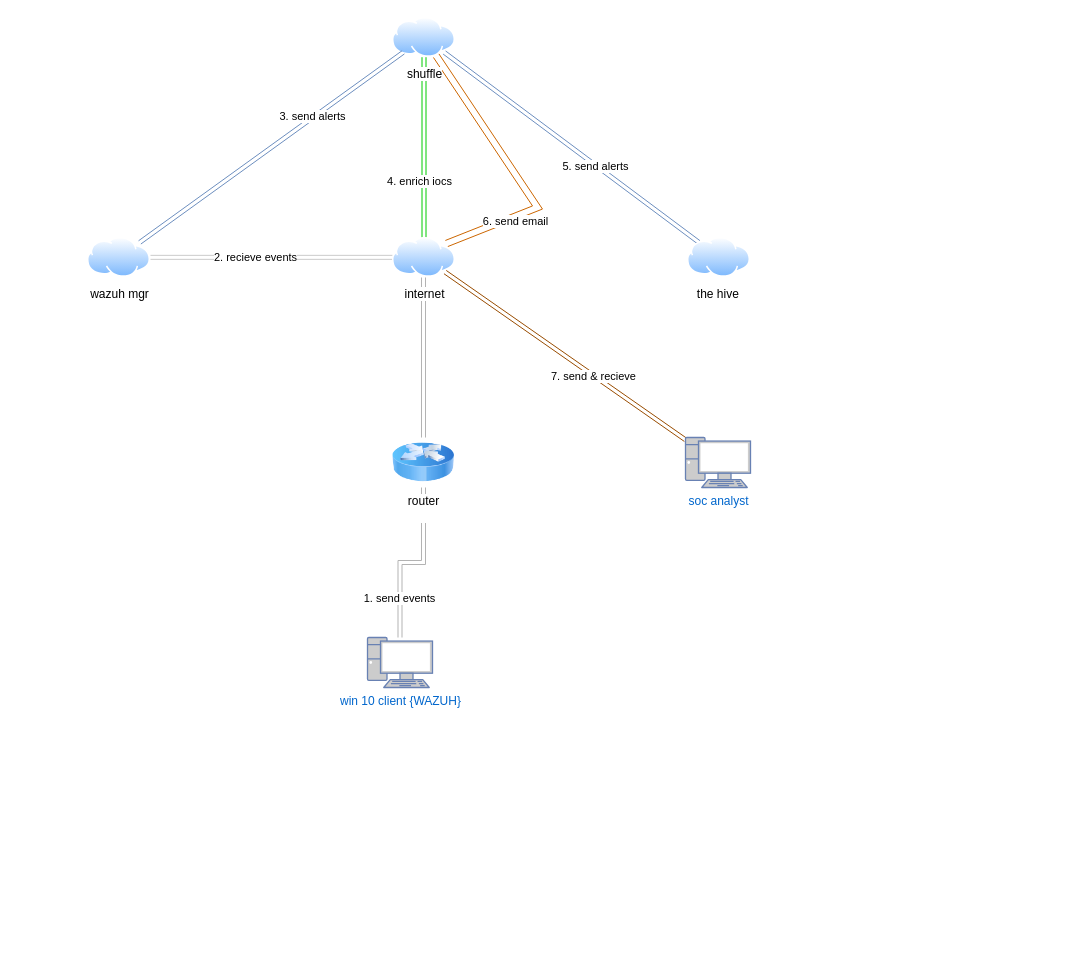
maybewale/siem-lab keeps this draw.io diagram as Untitled Diagram.drawio. Above is the earlier version. Source tidied: cells renumbered, new cells numbered last; positions are measured from the earlier drawing's top-left corner, leaving out a move shared by most shapes. Both pictures are drawn from the tidied source at 100%, with x=0, y=0 at pixel (87, 17).
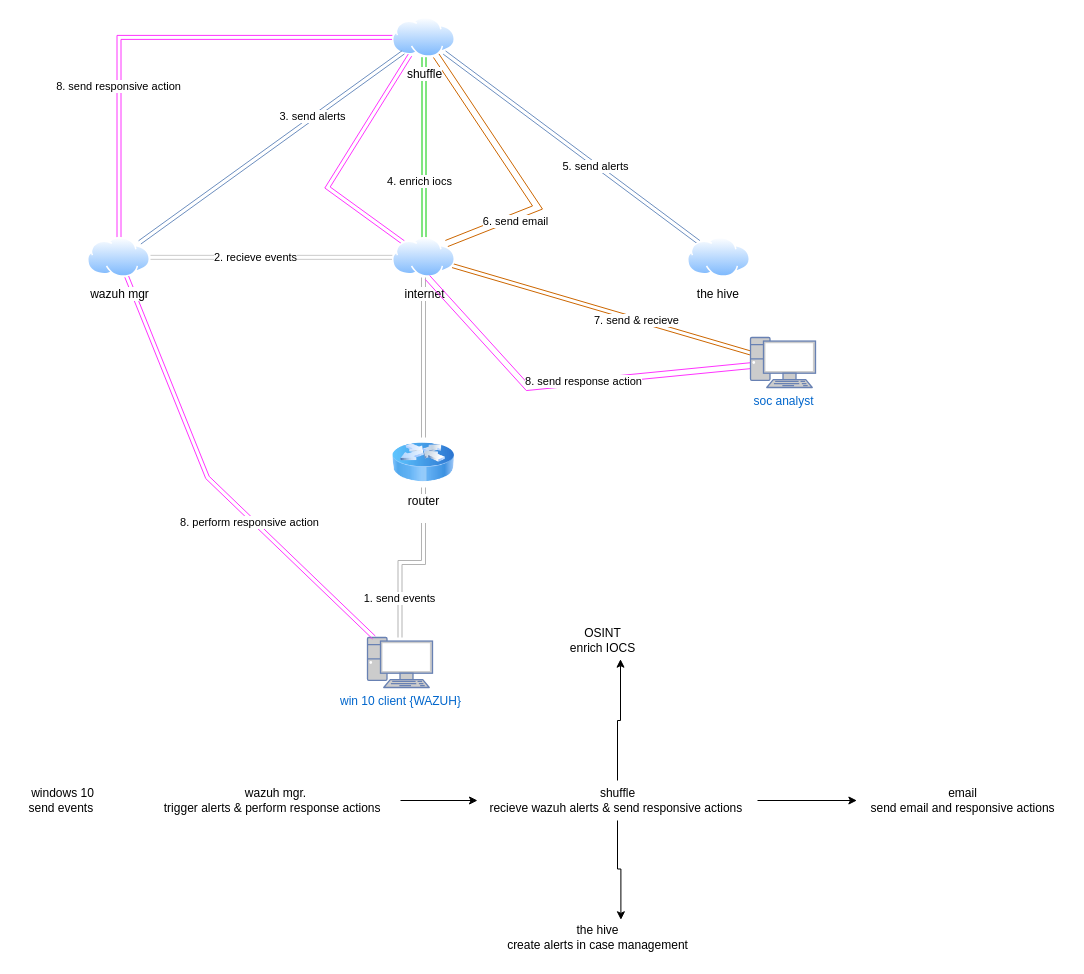
After the change.

Commit message:
soc labs

Unchanged cells that the change refers to:
```xml
<mxCell id="5" value="win 10 client {WAZUH}&lt;br&gt;" style="fontColor=#0066CC;verticalAlign=top;verticalLabelPosition=bottom;labelPosition=center;align=center;html=1;outlineConnect=0;fillColor=#CCCCCC;strokeColor=#6881B3;gradientColor=none;gradientDirection=north;strokeWidth=2;shape=mxgraph.networks.pc;" parent="1" vertex="1">
  <mxGeometry x="280" y="620" width="65" height="50" as="geometry" />
</mxCell>
<mxCell id="14" value="shuffle" style="image;perimeter=ellipsePerimeter;html=1;align=center;shadow=0;dashed=0;spacingTop=3;image=img/lib/active_directory/internet_cloud.svg;" parent="1" vertex="1">
  <mxGeometry x="305" width="63" height="39.7" as="geometry" />
</mxCell>
<mxCell id="19" value="wazuh mgr&lt;br&gt;" style="image;perimeter=ellipsePerimeter;html=1;align=center;shadow=0;dashed=0;spacingTop=3;image=img/lib/active_directory/internet_cloud.svg;" parent="1" vertex="1">
  <mxGeometry y="220" width="63" height="39.7" as="geometry" />
</mxCell>
<mxCell id="22" value="internet&lt;br&gt;" style="image;perimeter=ellipsePerimeter;html=1;align=center;shadow=0;dashed=0;spacingTop=3;image=img/lib/active_directory/internet_cloud.svg;" parent="1" vertex="1">
  <mxGeometry x="305" y="220" width="63" height="39.7" as="geometry" />
</mxCell>
```

What changed in the source:
```diff
@@
+    <mxCell id="26" style="edgeStyle=orthogonalEdgeStyle;rounded=0;jettySize=auto;html=1;entryX=0.5;entryY=0;entryDx=0;entryDy=0;shape=link;strokeColor=#FF33FF;" parent="1" edge="1" source="14" target="19">
+      <mxGeometry relative="1" as="geometry" />
+    </mxCell>
+    <mxCell id="27" value="8. send responsive action" style="edgeLabel;html=1;align=center;verticalAlign=middle;" parent="26" vertex="1">
+      <mxGeometry x="0.36" y="-1" relative="1" as="geometry" />
+    </mxCell>
@@
+    <mxCell id="28" style="rounded=0;jettySize=auto;html=1;shape=link;strokeColor=#FF33FF;" parent="1" edge="1" source="19" target="5">
+      <mxGeometry relative="1" as="geometry">
+        <Array as="points">
+          <mxPoint x="120" y="460" />
+        </Array>
+      </mxGeometry>
+    </mxCell>
+    <mxCell id="29" value="8. perform responsive action" style="edgeLabel;html=1;align=center;verticalAlign=middle;" parent="28" vertex="1">
+      <mxGeometry x="0.24" y="-3" relative="1" as="geometry" />
+    </mxCell>
@@
-    <mxCell id="20" style="rounded=0;jettySize=auto;html=1;shape=link;fillColor=#ffe6cc;strokeColor=#994C00;" parent="1" edge="1" source="22" target="24">
+    <mxCell id="20" style="rounded=0;jettySize=auto;html=1;shape=link;fillColor=#ffe6cc;strokeColor=#CC6600;" parent="1" edge="1" source="22" target="24">
       <mxGeometry relative="1" as="geometry" />
     </mxCell>
@@
+    <mxCell id="30" style="rounded=0;jettySize=auto;html=1;entryX=0.25;entryY=1;entryDx=0;entryDy=0;shape=link;strokeColor=#FF33FF;" parent="1" edge="1" source="22" target="14">
+      <mxGeometry relative="1" as="geometry">
+        <Array as="points">
+          <mxPoint x="240" y="170" />
+        </Array>
+      </mxGeometry>
+    </mxCell>
@@
+    <mxCell id="31" style="rounded=0;jettySize=auto;html=1;shape=link;width=5.862068965517242;strokeColor=#FF33FF;" parent="1" edge="1" source="24">
+      <mxGeometry relative="1" as="geometry">
+        <mxPoint x="340" y="260" as="targetPoint" />
+        <Array as="points">
+          <mxPoint x="440" y="370" />
+        </Array>
+      </mxGeometry>
+    </mxCell>
+    <mxCell id="32" value="8. send response action&lt;br&gt;" style="edgeLabel;html=1;align=center;verticalAlign=middle;" parent="31" vertex="1">
+      <mxGeometry x="-0.1" y="-1" relative="1" as="geometry" />
+    </mxCell>
     <mxCell id="24" value="soc analyst" style="fontColor=#0066CC;verticalAlign=top;verticalLabelPosition=bottom;labelPosition=center;align=center;html=1;outlineConnect=0;fillColor=#CCCCCC;strokeColor=#6881B3;gradientColor=none;gradientDirection=north;strokeWidth=2;shape=mxgraph.networks.pc;" parent="1" vertex="1">
-      <mxGeometry x="598" y="420" width="65" height="50" as="geometry" />
+      <mxGeometry x="663" y="320" width="65" height="50" as="geometry" />
     </mxCell>
@@
+    <mxCell id="33" value="windows 10&lt;br&gt;send events&amp;nbsp;" style="text;html=1;align=center;verticalAlign=middle;strokeColor=none;fillColor=none;" parent="1" vertex="1">
+      <mxGeometry x="-70" y="763" width="90" height="40" as="geometry" />
+    </mxCell>
+    <mxCell id="34" style="edgeStyle=orthogonalEdgeStyle;rounded=0;jettySize=auto;html=1;" parent="1" edge="1" source="35" target="36">
+      <mxGeometry relative="1" as="geometry" />
+    </mxCell>
+    <mxCell id="35" value="wazuh mgr.&lt;br&gt;trigger alerts &amp;amp; perform response actions&amp;nbsp;&amp;nbsp;" style="text;html=1;align=center;verticalAlign=middle;points=[];strokeColor=none;fillColor=none;" parent="1" vertex="1">
+      <mxGeometry x="63" y="763" width="250" height="40" as="geometry" />
+    </mxCell>
+    <mxCell id="36" value="shuffle&lt;br&gt;recieve wazuh alerts &amp;amp; send responsive actions&amp;nbsp;" style="text;html=1;align=center;verticalAlign=middle;points=[];strokeColor=none;fillColor=none;" parent="1" vertex="1">
+      <mxGeometry x="390" y="763" width="280" height="40" as="geometry" />
+    </mxCell>
+    <mxCell id="37" value="OSINT&lt;br&gt;enrich IOCS" style="text;html=1;align=center;verticalAlign=middle;points=[];strokeColor=none;fillColor=none;" parent="1" vertex="1">
+      <mxGeometry x="470" y="603" width="90" height="40" as="geometry" />
+    </mxCell>
+    <mxCell id="38" value="the hive&lt;br&gt;create alerts in case management" style="text;html=1;align=center;verticalAlign=middle;points=[];strokeColor=none;fillColor=none;" parent="1" vertex="1">
+      <mxGeometry x="410" y="900" width="200" height="40" as="geometry" />
+    </mxCell>
+    <mxCell id="39" style="edgeStyle=orthogonalEdgeStyle;rounded=0;jettySize=auto;html=1;entryX=0.617;entryY=0.057;entryDx=0;entryDy=0;entryPerimeter=0;" parent="1" edge="1" source="36" target="38">
+      <mxGeometry relative="1" as="geometry" />
+    </mxCell>
+    <mxCell id="40" style="edgeStyle=orthogonalEdgeStyle;rounded=0;jettySize=auto;html=1;entryX=0.7;entryY=0.967;entryDx=0;entryDy=0;entryPerimeter=0;" parent="1" edge="1" source="36" target="37">
+      <mxGeometry relative="1" as="geometry" />
+    </mxCell>
+    <mxCell id="41" value="email&lt;br&gt;send email and responsive actions" style="text;html=1;align=center;verticalAlign=middle;points=[];strokeColor=none;fillColor=none;" parent="1" vertex="1">
+      <mxGeometry x="770" y="763" width="210" height="40" as="geometry" />
+    </mxCell>
+    <mxCell id="42" style="edgeStyle=orthogonalEdgeStyle;rounded=0;jettySize=auto;html=1;entryX=-0.003;entryY=0.5;entryDx=0;entryDy=0;entryPerimeter=0;" parent="1" edge="1" source="36" target="41">
+      <mxGeometry relative="1" as="geometry" />
+    </mxCell>
```
